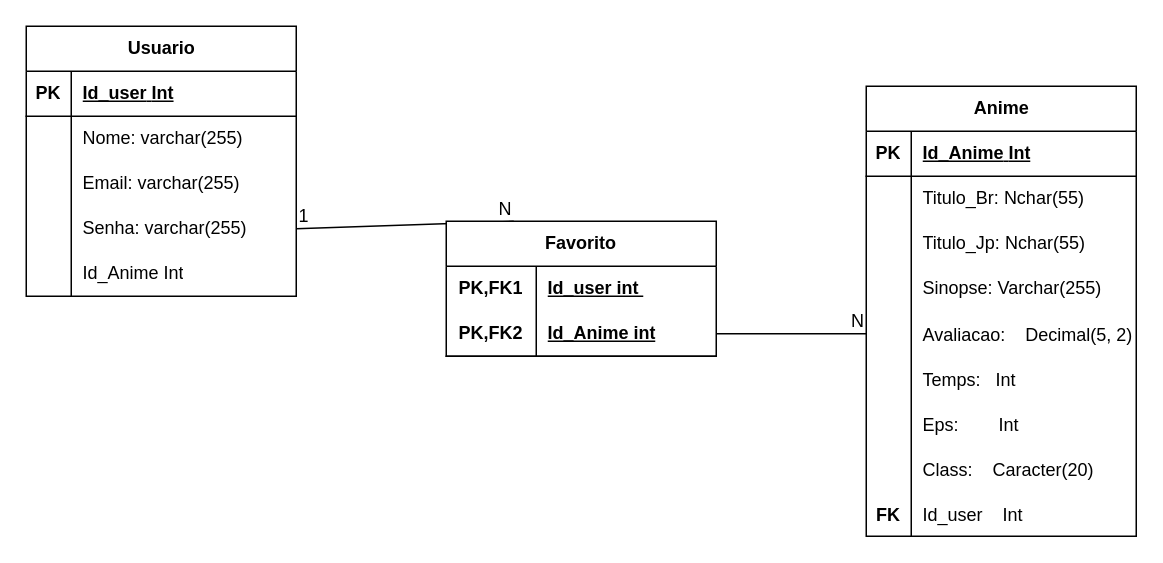
Above: Diagrama sem nome.drawio in FelipeOropeza/APIKitsu (draw.io), before the change. Source tidied: cells renumbered, new cells numbered last; positions are measured from the earlier drawing's top-left corner, leaving out a move shared by most shapes. Both pictures are drawn from the tidied source at 150%, with x=0, y=0 at pixel (26, 26).
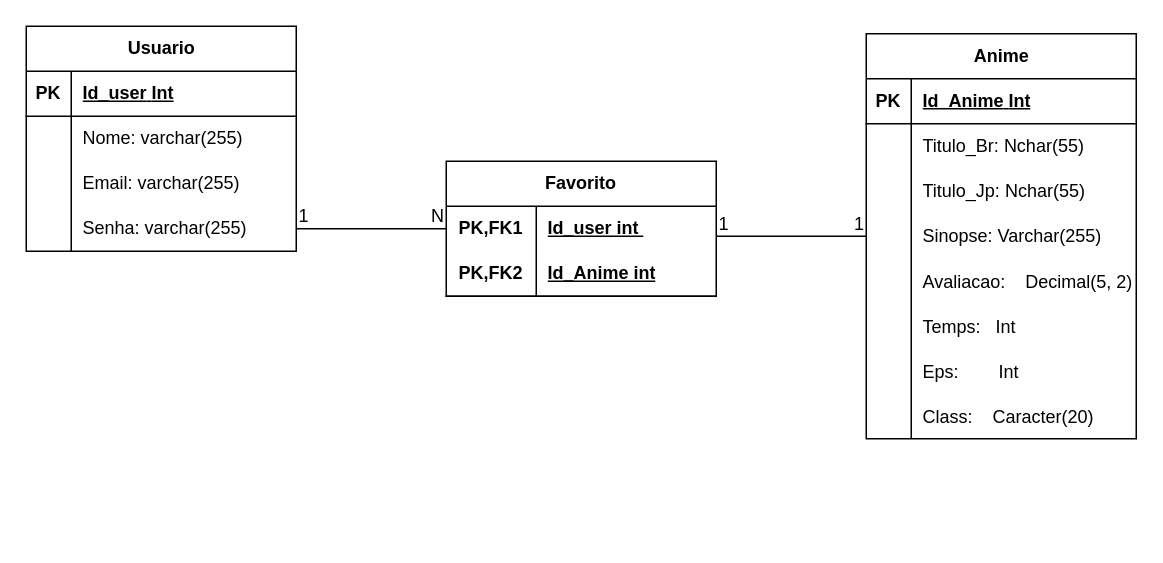
The same page after the edit.

Unchanged cells that the change refers to:
```xml
<mxCell id="12" style="shape=tableRow;horizontal=0;startSize=0;swimlaneHead=0;swimlaneBody=0;fillColor=none;points=[[0,0.5],[1,0.5]];portConstraint=eastwest;top=0;left=0;right=0;bottom=0;" parent="2" vertex="1">
  <mxGeometry y="120" width="180" height="30" as="geometry" />
</mxCell>
<mxCell id="15" style="shape=tableRow;horizontal=0;startSize=0;swimlaneHead=0;swimlaneBody=0;fillColor=none;points=[[0,0.5],[1,0.5]];portConstraint=eastwest;top=0;left=0;right=0;bottom=0;" parent="2" vertex="1">
  <mxGeometry y="150" width="180" height="30" as="geometry" />
</mxCell>
<mxCell id="40" style="shape=tableRow;horizontal=0;startSize=0;swimlaneHead=0;swimlaneBody=0;fillColor=none;points=[[0,0.5],[1,0.5]];portConstraint=eastwest;top=0;left=0;right=0;bottom=0;" parent="30" vertex="1">
  <mxGeometry y="120" width="180" height="30" as="geometry" />
</mxCell>
<mxCell id="50" style="shape=tableRow;horizontal=0;startSize=0;swimlaneHead=0;swimlaneBody=0;fillColor=none;points=[[0,0.5],[1,0.5]];portConstraint=eastwest;top=0;left=0;right=0;bottom=0;html=1;" parent="49" vertex="1">
  <mxGeometry y="30" width="180" height="30" as="geometry" />
</mxCell>
<mxCell id="53" style="shape=tableRow;horizontal=0;startSize=0;swimlaneHead=0;swimlaneBody=0;fillColor=none;points=[[0,0.5],[1,0.5]];portConstraint=eastwest;top=0;left=0;right=0;bottom=1;html=1;" parent="49" vertex="1">
  <mxGeometry y="60" width="180" height="30" as="geometry" />
</mxCell>
```

Diff of the diagram source:
```diff
@@
     <mxCell id="2" value="Anime" style="shape=table;startSize=30;childLayout=tableLayout;rowLines=0;fontStyle=1;align=center;html=1;strokeColor=default;perimeterSpacing=0;" parent="1" vertex="1">
-      <mxGeometry x="560" y="40" width="180" height="300" as="geometry" />
+      <mxGeometry x="560" y="5" width="180" height="270" as="geometry" />
     </mxCell>
@@
-    <mxCell id="27" style="shape=tableRow;horizontal=0;startSize=0;swimlaneHead=0;swimlaneBody=0;fillColor=none;top=0;left=0;right=0;bottom=0;" parent="2" vertex="1">
-      <mxGeometry y="270" width="180" height="30" as="geometry" />
-    </mxCell>
-    <mxCell id="28" value="FK" style="shape=partialRectangle;fillColor=none;top=0;left=0;bottom=0;right=0;overflow=hidden;fontStyle=1;" parent="27" vertex="1">
-      <mxGeometry width="30" height="30" as="geometry" />
-    </mxCell>
-    <mxCell id="29" value="Id_user    Int" style="shape=partialRectangle;fillColor=none;top=0;left=0;bottom=0;right=0;align=left;spacingLeft=6;overflow=hidden;" parent="27" vertex="1">
-      <mxGeometry x="30" width="150" height="30" as="geometry" />
-    </mxCell>
     <mxCell id="30" value="Usuario" style="shape=table;startSize=30;childLayout=tableLayout;rowLines=0;fontStyle=1;align=center;html=1;strokeColor=default;perimeterSpacing=0;" parent="1" vertex="1">
-      <mxGeometry width="180" height="180" as="geometry" />
+      <mxGeometry width="180" height="150" as="geometry" />
     </mxCell>
@@
-    <mxCell id="43" style="shape=tableRow;horizontal=0;startSize=0;swimlaneHead=0;swimlaneBody=0;fillColor=none;top=0;left=0;right=0;bottom=0;" parent="30" vertex="1">
-      <mxGeometry y="150" width="180" height="30" as="geometry" />
-    </mxCell>
-    <mxCell id="44" style="shape=partialRectangle;fillColor=none;top=0;left=0;bottom=0;right=0;overflow=hidden;whiteSpace=wrap;html=1;" parent="43" vertex="1">
-      <mxGeometry width="30" height="30" as="geometry" />
-    </mxCell>
-    <mxCell id="45" value="Id_Anime Int" style="shape=partialRectangle;fillColor=none;top=0;left=0;bottom=0;right=0;align=left;spacingLeft=6;overflow=hidden;whiteSpace=wrap;html=1;" parent="43" vertex="1">
-      <mxGeometry x="30" width="150" height="30" as="geometry" />
-    </mxCell>
-    <mxCell id="46" style="endArrow=none;html=1;rounded=0;entryX=0.25;entryY=0;entryDx=0;entryDy=0;exitX=1;exitY=0.5;exitDx=0;exitDy=0;" parent="1" edge="1" source="40" target="49">
+    <mxCell id="46" style="endArrow=none;html=1;rounded=0;entryX=0;entryY=0.5;entryDx=0;entryDy=0;exitX=1;exitY=0.5;exitDx=0;exitDy=0;" parent="1" edge="1" source="40" target="50">
       <mxGeometry relative="1" as="geometry" />
     </mxCell>
@@
     <mxCell id="49" value="Favorito" style="shape=table;startSize=30;childLayout=tableLayout;rowLines=0;fontStyle=1;align=center;html=1;whiteSpace=wrap;" parent="1" vertex="1">
-      <mxGeometry x="280" y="130" width="180" height="90" as="geometry" />
+      <mxGeometry x="280" y="90" width="180" height="90" as="geometry" />
     </mxCell>
@@
-    <mxCell id="56" style="endArrow=none;html=1;rounded=0;entryX=0;entryY=0.5;entryDx=0;entryDy=0;exitX=1;exitY=0.5;exitDx=0;exitDy=0;" parent="1" edge="1" source="53" target="15">
-      <mxGeometry relative="1" as="geometry" />
-    </mxCell>
-    <mxCell id="57" value="N" style="html=1;whiteSpace=wrap;align=right;verticalAlign=bottom;" parent="56" vertex="1">
-      <mxGeometry x="1" relative="1" as="geometry" />
-    </mxCell>
+    <mxCell id="58" style="endArrow=none;html=1;rounded=0;entryX=0;entryY=0.5;entryDx=0;entryDy=0;" parent="1" edge="1" target="12">
+      <mxGeometry relative="1" as="geometry">
+        <mxPoint x="460" y="140" as="sourcePoint" />
+      </mxGeometry>
+    </mxCell>
+    <mxCell id="59" value="1" style="html=1;whiteSpace=wrap;align=left;verticalAlign=bottom;" parent="58" vertex="1">
+      <mxGeometry x="-1" relative="1" as="geometry" />
+    </mxCell>
+    <mxCell id="60" value="1" style="html=1;whiteSpace=wrap;align=right;verticalAlign=bottom;" parent="58" vertex="1">
+      <mxGeometry x="1" relative="1" as="geometry" />
+    </mxCell>
```
